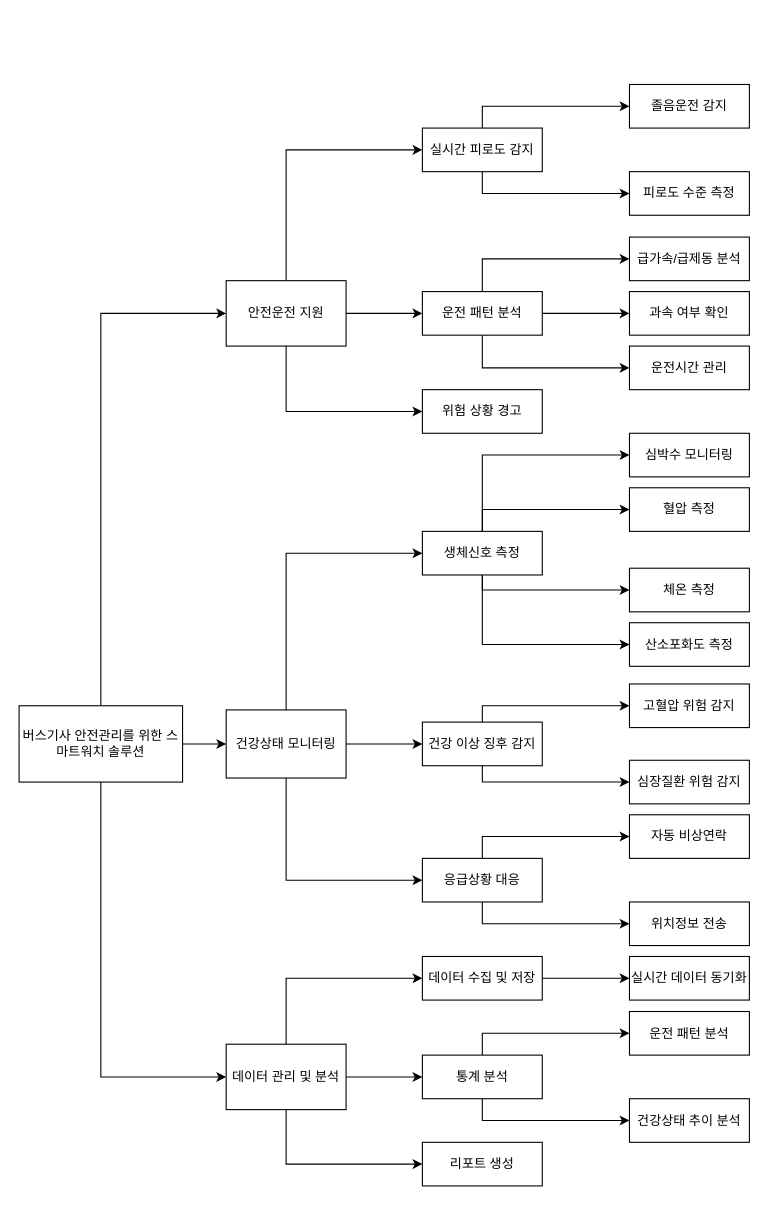
VegetableKim/- keeps this draw.io diagram as page "페이지-1" (1 of 2) of objective_tree.drawio. Above is the earlier version. Source tidied: cells renumbered, new cells numbered last; positions are measured from the earlier drawing's top-left corner, leaving out a move shared by most shapes. Both pictures are drawn from the tidied source at 109%, with x=0, y=0 at pixel (19, 84).
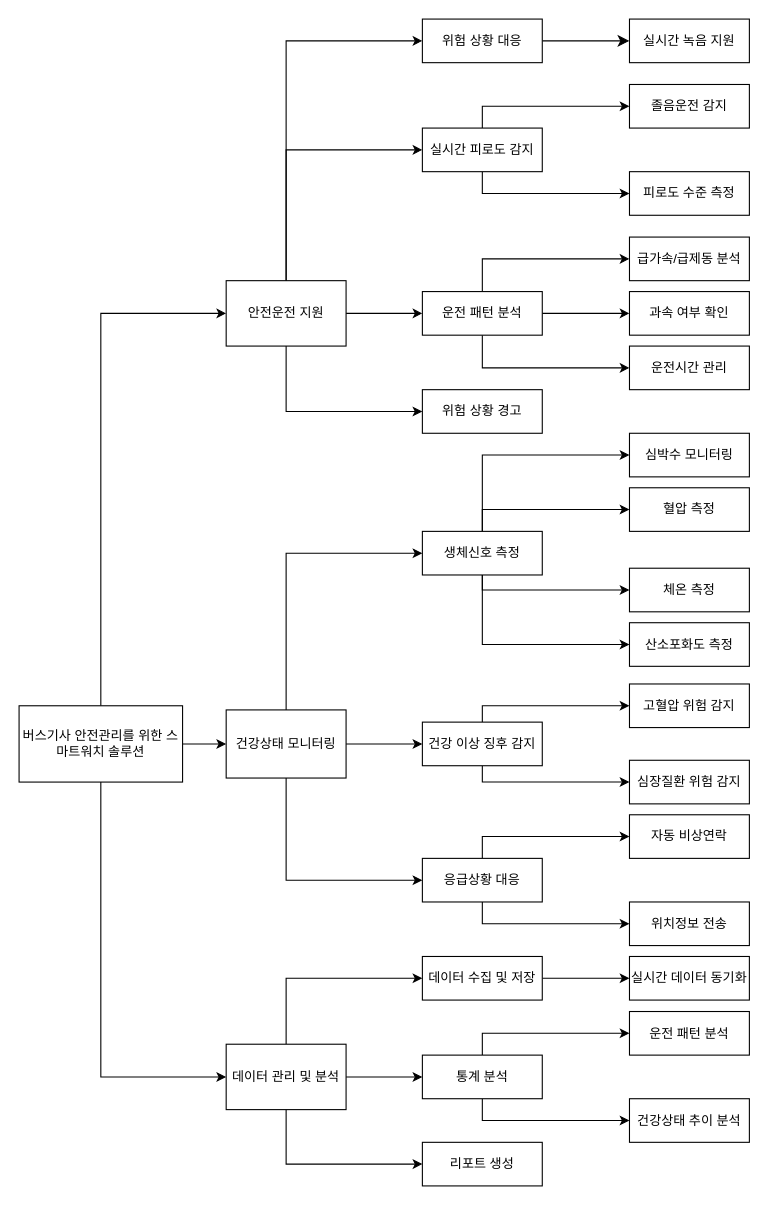
Above is the later version.

What changed in the source:
```diff
@@
+    <mxCell id="59" style="edgeStyle=none;curved=1;rounded=0;jettySize=auto;html=1;exitX=1;exitY=0.5;exitDx=0;exitDy=0;entryX=0;entryY=0.5;entryDx=0;entryDy=0;fontSize=12;startSize=8;endSize=8;" parent="1" edge="1" source="60" target="61">
+      <mxGeometry relative="1" as="geometry" />
+    </mxCell>
+    <mxCell id="60" value="위험 상황 대응" style="rounded=0;whiteSpace=wrap;html=1;" parent="1" vertex="1">
+      <mxGeometry x="370" y="-60" width="110" height="40" as="geometry" />
+    </mxCell>
+    <mxCell id="61" value="실시간 녹음 지원" style="rounded=0;whiteSpace=wrap;html=1;" parent="1" vertex="1">
+      <mxGeometry x="560" y="-60" width="110" height="40" as="geometry" />
+    </mxCell>
+    <mxCell id="62" style="edgeStyle=orthogonalEdgeStyle;rounded=0;jettySize=auto;html=1;entryX=0;entryY=0.5;entryDx=0;entryDy=0;" parent="1" edge="1" target="60">
+      <mxGeometry relative="1" as="geometry">
+        <mxPoint x="245" y="180" as="sourcePoint" />
+        <Array as="points">
+          <mxPoint x="245" y="-40" />
+        </Array>
+      </mxGeometry>
+    </mxCell>
```
